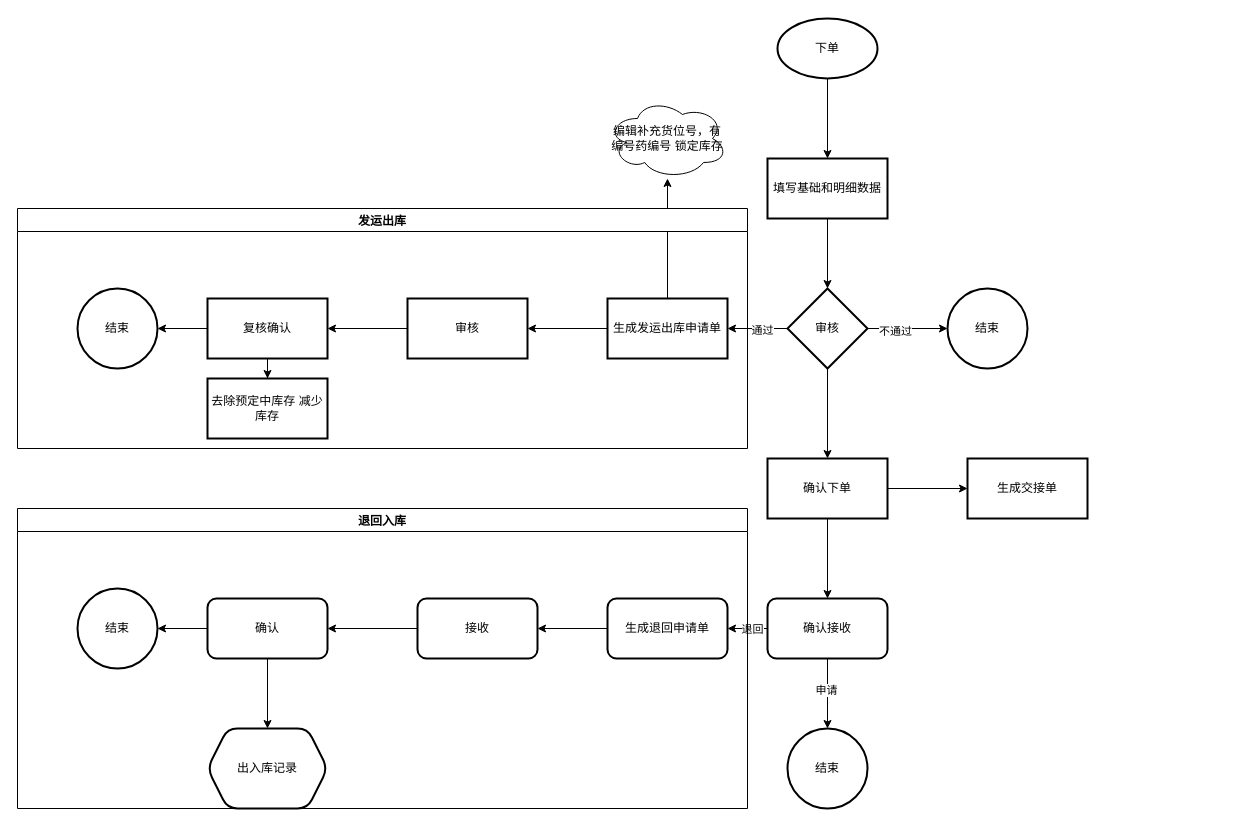
This is 发运.drawio from surick/C_Demos, a draw.io file, before an edit. Source tidied: cells renumbered, new cells numbered last; positions are measured from the earlier drawing's top-left corner, leaving out a move shared by most shapes. Both pictures are drawn from the tidied source at 100%, with x=0, y=0 at pixel (17, 18).
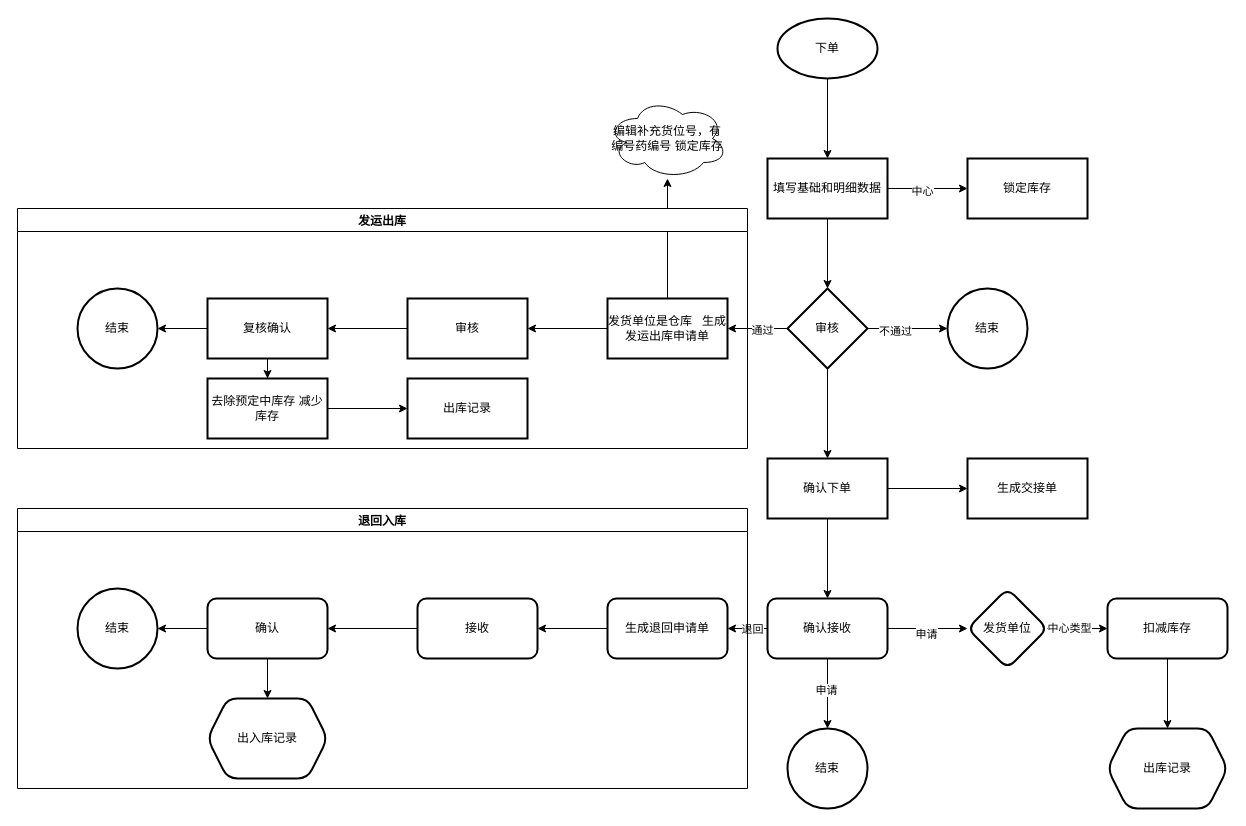
The same page after the edit.

The change refers to these unchanged cells:
```xml
<mxCell id="5" value="填写基础和明细数据" style="whiteSpace=wrap;html=1;strokeWidth=2;" parent="1" vertex="1">
  <mxGeometry x="750" y="140" width="120" height="60" as="geometry" />
</mxCell>
<mxCell id="21" value="发运出库" style="swimlane;" parent="1" vertex="1">
  <mxGeometry y="190" width="730" height="240" as="geometry" />
</mxCell>
<mxCell id="23" value="去除预定中库存 减少库存" style="whiteSpace=wrap;html=1;strokeWidth=2;" parent="21" vertex="1">
  <mxGeometry x="190" y="170" width="120" height="60" as="geometry" />
</mxCell>
<mxCell id="33" value="确认接收" style="rounded=1;whiteSpace=wrap;html=1;strokeWidth=2;" parent="1" vertex="1">
  <mxGeometry x="750" y="580" width="120" height="60" as="geometry" />
</mxCell>
```

Change to the diagram source:
```diff
@@
+    <mxCell id="45" style="edgeStyle=orthogonalEdgeStyle;rounded=0;jettySize=auto;html=1;" parent="1" edge="1" source="5" target="56">
+      <mxGeometry relative="1" as="geometry" />
+    </mxCell>
+    <mxCell id="46" value="中心" style="edgeLabel;html=1;align=center;verticalAlign=middle;" parent="45" vertex="1">
+      <mxGeometry x="-0.14" y="-2" relative="1" as="geometry" />
+    </mxCell>
@@
-    <mxCell id="15" value="生成发运出库申请单" style="whiteSpace=wrap;html=1;strokeWidth=2;" parent="1" vertex="1">
+    <mxCell id="15" value="发货单位是仓库&amp;nbsp; &amp;nbsp;生成发运出库申请单" style="whiteSpace=wrap;html=1;strokeWidth=2;" parent="1" vertex="1">
       <mxGeometry x="590" y="280" width="120" height="60" as="geometry" />
     </mxCell>
@@
+    <mxCell id="47" style="edgeStyle=orthogonalEdgeStyle;rounded=0;jettySize=auto;html=1;" parent="21" edge="1" source="23" target="48">
+      <mxGeometry relative="1" as="geometry" />
+    </mxCell>
@@
+    <mxCell id="48" value="出库记录" style="whiteSpace=wrap;html=1;strokeWidth=2;" parent="21" vertex="1">
+      <mxGeometry x="390" y="170" width="120" height="60" as="geometry" />
+    </mxCell>
@@
+    <mxCell id="49" style="edgeStyle=orthogonalEdgeStyle;rounded=0;jettySize=auto;html=1;" parent="1" edge="1" source="33" target="53">
+      <mxGeometry relative="1" as="geometry" />
+    </mxCell>
+    <mxCell id="50" value="申请" style="edgeLabel;html=1;align=center;verticalAlign=middle;" parent="49" vertex="1">
+      <mxGeometry x="-0.05" y="-5" relative="1" as="geometry" />
+    </mxCell>
@@
     <mxCell id="43" value="退回入库" style="swimlane;" parent="1" vertex="1">
-      <mxGeometry y="490" width="730" height="300" as="geometry" />
+      <mxGeometry y="490" width="730" height="280" as="geometry" />
     </mxCell>
     <mxCell id="44" value="出入库记录" style="shape=hexagon;perimeter=hexagonPerimeter2;whiteSpace=wrap;html=1;fixedSize=1;rounded=1;strokeWidth=2;" parent="43" vertex="1">
-      <mxGeometry x="190" y="220" width="120" height="80" as="geometry" />
+      <mxGeometry x="190" y="190" width="120" height="80" as="geometry" />
     </mxCell>
+    <mxCell id="51" style="edgeStyle=orthogonalEdgeStyle;rounded=0;jettySize=auto;html=1;exitX=1;exitY=0.5;exitDx=0;exitDy=0;entryX=0;entryY=0.5;entryDx=0;entryDy=0;" parent="1" edge="1" source="53" target="55">
+      <mxGeometry relative="1" as="geometry" />
+    </mxCell>
+    <mxCell id="52" value="中心类型" style="edgeLabel;html=1;align=center;verticalAlign=middle;" parent="51" vertex="1">
+      <mxGeometry x="-0.29" y="1" relative="1" as="geometry" />
+    </mxCell>
+    <mxCell id="53" value="发货单位" style="rhombus;whiteSpace=wrap;html=1;rounded=1;strokeWidth=2;" parent="1" vertex="1">
+      <mxGeometry x="950" y="570" width="80" height="80" as="geometry" />
+    </mxCell>
+    <mxCell id="54" style="edgeStyle=orthogonalEdgeStyle;rounded=0;jettySize=auto;html=1;" parent="1" edge="1" source="55" target="57">
+      <mxGeometry relative="1" as="geometry" />
+    </mxCell>
+    <mxCell id="55" value="扣减库存" style="rounded=1;whiteSpace=wrap;html=1;strokeWidth=2;" parent="1" vertex="1">
+      <mxGeometry x="1090" y="580" width="120" height="60" as="geometry" />
+    </mxCell>
+    <mxCell id="56" value="锁定库存" style="whiteSpace=wrap;html=1;strokeWidth=2;" parent="1" vertex="1">
+      <mxGeometry x="950" y="140" width="120" height="60" as="geometry" />
+    </mxCell>
+    <mxCell id="57" value="出库记录" style="shape=hexagon;perimeter=hexagonPerimeter2;whiteSpace=wrap;html=1;fixedSize=1;rounded=1;strokeWidth=2;" parent="1" vertex="1">
+      <mxGeometry x="1090" y="710" width="120" height="80" as="geometry" />
+    </mxCell>
```
